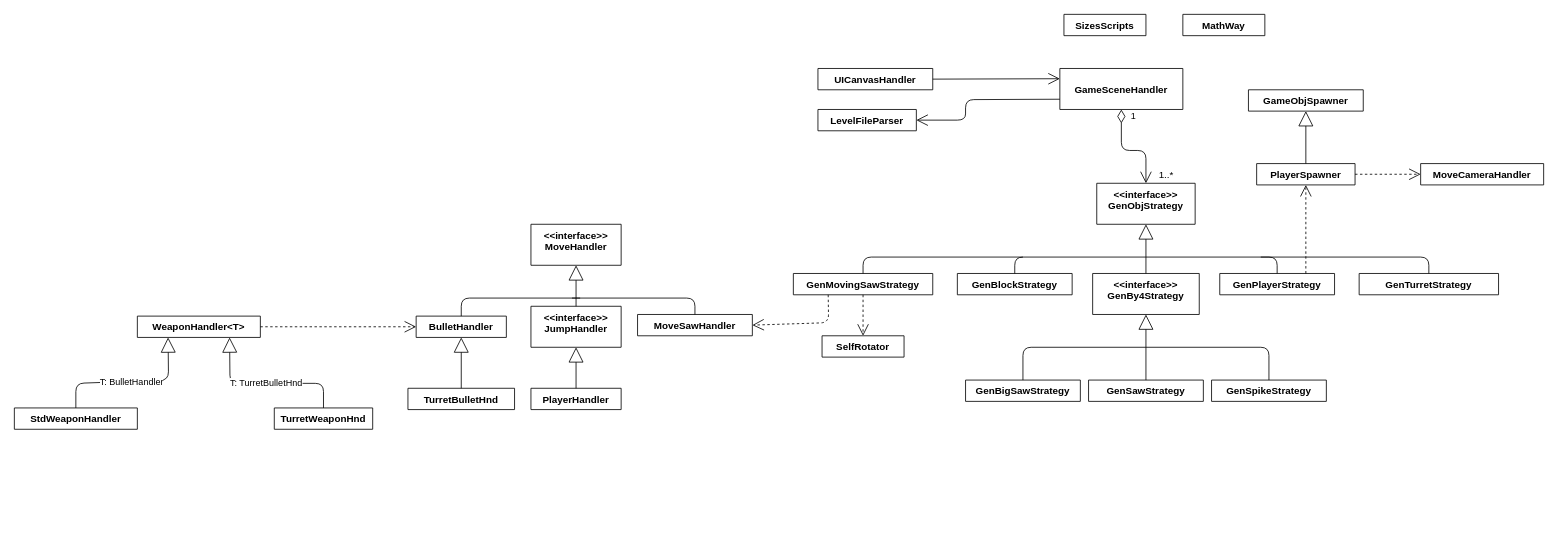
Earlier version of the draw.io diagram doc/class_diagram/class_diagram.drawio (itfray/GameGrinch2D). Source tidied: cells renumbered, new cells numbered last; positions are measured from the earlier drawing's top-left corner, leaving out a move shared by most shapes. Both pictures are drawn from the tidied source at 82%, with x=0, y=0 at pixel (14, 14).
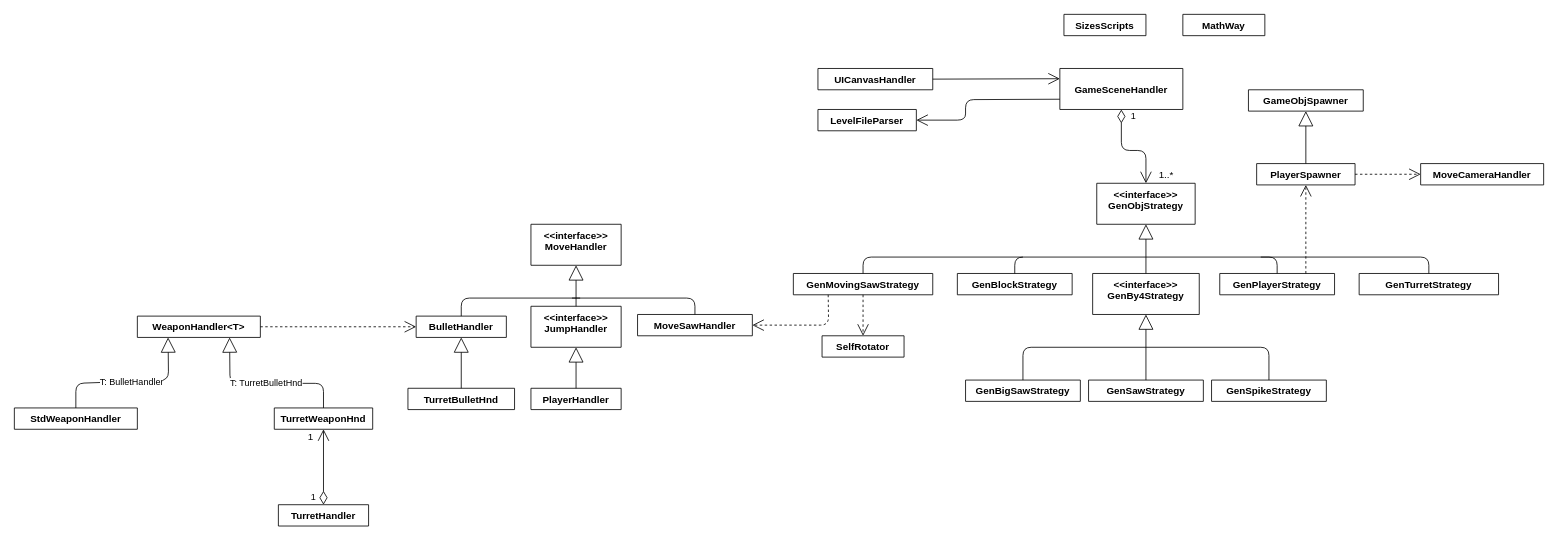
Above is the later version.

Commit message (it also covers changes not shown here):
doc cls diagram

Unchanged cells that the change refers to:
```xml
<mxCell id="31" value="GenMovingSawStrategy" style="swimlane;fontStyle=1;align=center;verticalAlign=top;horizontal=1;startSize=26;" parent="1" vertex="1" collapsed="1">
  <mxGeometry x="950" y="316" width="170" height="26" as="geometry" />
</mxCell>
<mxCell id="36" value="MoveSawHandler" style="swimlane;fontStyle=1;align=center;verticalAlign=top;horizontal=1;startSize=26;" parent="1" vertex="1" collapsed="1">
  <mxGeometry x="760" y="366" width="140" height="26" as="geometry" />
</mxCell>
<mxCell id="49" value="TurretWeaponHnd" style="swimlane;fontStyle=1;align=center;verticalAlign=top;horizontal=1;startSize=26;" parent="1" vertex="1" collapsed="1">
  <mxGeometry x="317" y="480" width="120" height="26" as="geometry" />
</mxCell>
```

Diff of the diagram source:
```diff
@@
     <mxCell id="40" style="endArrow=open;endSize=12;dashed=1;html=1;exitX=0.25;exitY=1;exitDx=0;exitDy=0;entryX=1;entryY=0.5;entryDx=0;entryDy=0;" parent="1" edge="1" source="31" target="36">
       <mxGeometry relative="1" as="geometry">
         <Array as="points">
-          <mxPoint x="993" y="376" />
+          <mxPoint x="993" y="379" />
         </Array>
       </mxGeometry>
     </mxCell>
@@
+    <mxCell id="54" value="TurretHandler" style="swimlane;fontStyle=1;align=center;verticalAlign=top;horizontal=1;startSize=0;" parent="1" vertex="1" collapsed="1">
+      <mxGeometry x="322" y="598" width="110" height="26" as="geometry" />
+    </mxCell>
+    <mxCell id="55" value="1" style="endArrow=open;html=1;endSize=12;startArrow=diamondThin;startSize=14;startFill=0;edgeStyle=orthogonalEdgeStyle;align=left;verticalAlign=bottom;entryX=0.5;entryY=1;entryDx=0;entryDy=0;exitX=0.5;exitY=0;exitDx=0;exitDy=0;" parent="1" edge="1" source="54" target="49">
+      <mxGeometry x="-1" y="17" relative="1" as="geometry" />
+    </mxCell>
+    <mxCell id="56" value="1" style="text;html=1;strokeColor=none;fillColor=none;align=center;verticalAlign=middle;whiteSpace=wrap;rounded=0;" parent="1" vertex="1">
+      <mxGeometry x="350" y="506" width="23" height="20" as="geometry" />
+    </mxCell>
```
